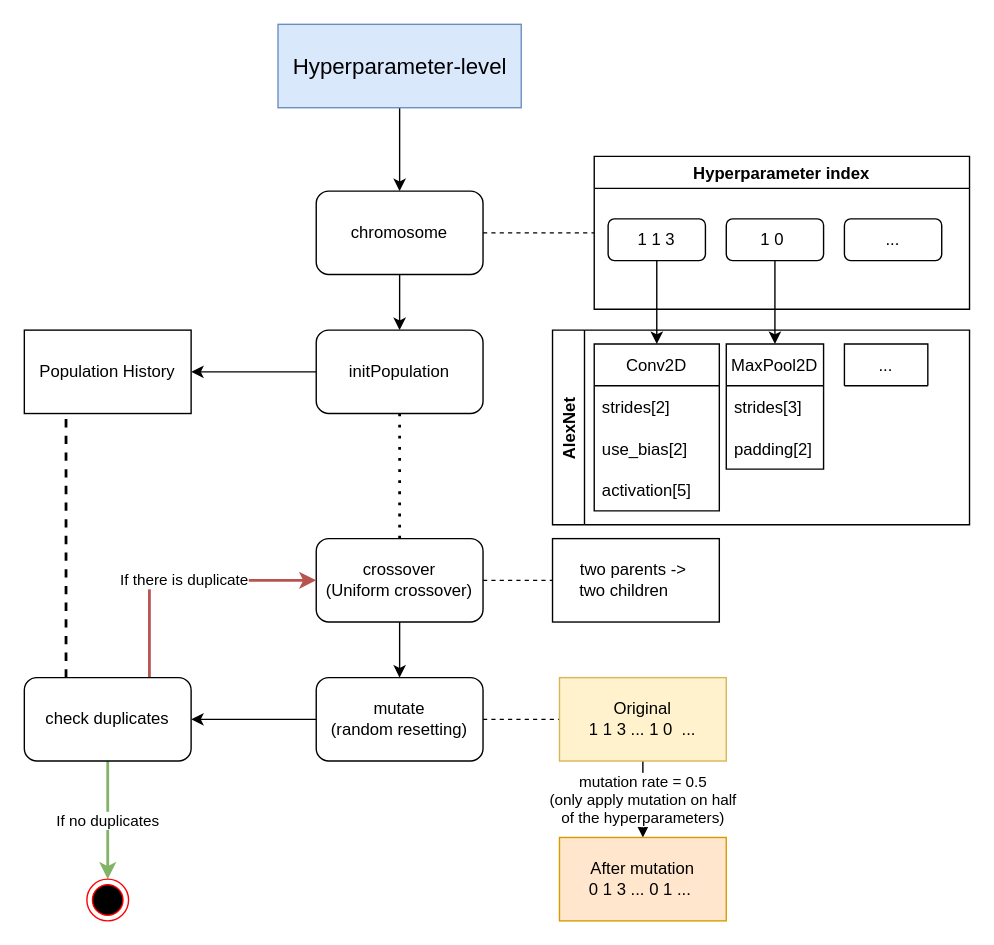
Above: GA/dev/GA_hyperparameter_mut.drawio in kelvinlyy/DCDT (draw.io), before the change. Source tidied: cells renumbered, new cells numbered last; positions are measured from the earlier drawing's top-left corner, leaving out a move shared by most shapes. Both pictures are drawn from the tidied source at 139%, with x=0, y=0 at pixel (24, 24).
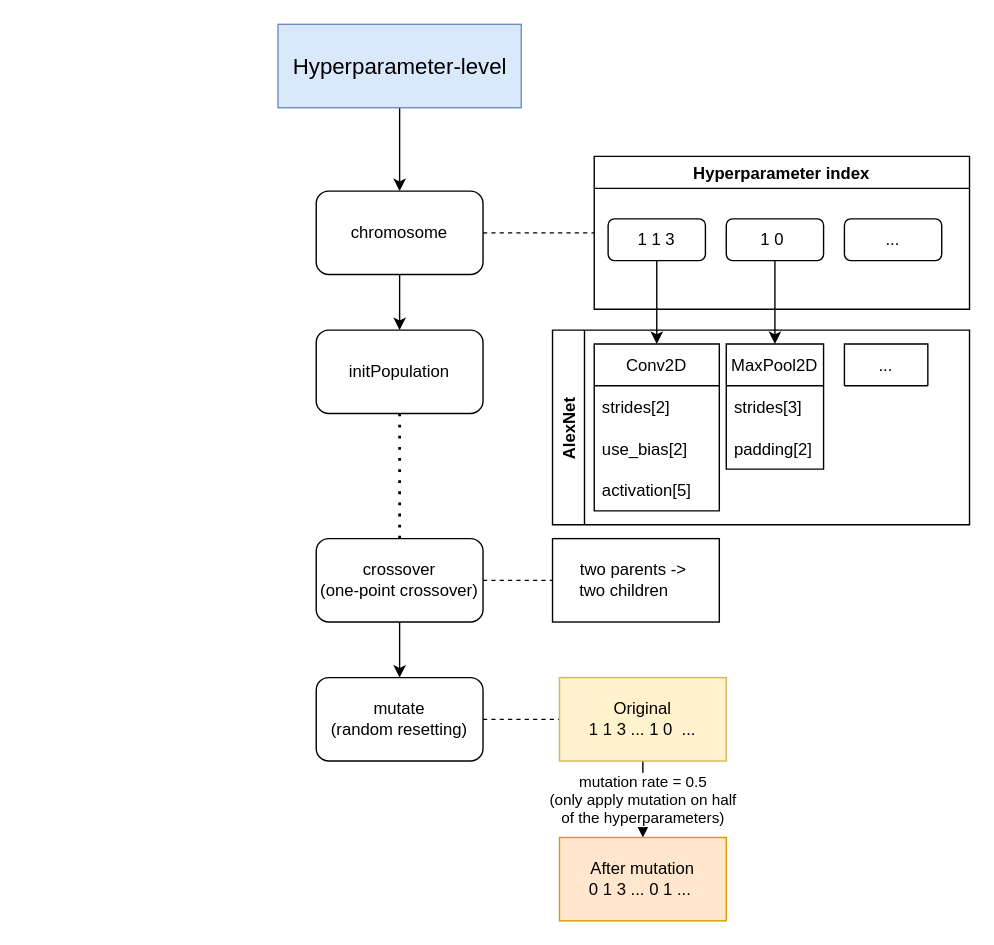
After the change.

The change refers to these unchanged cells:
```xml
<mxCell id="23" value="initPopulation" style="rounded=1;whiteSpace=wrap;html=1;" parent="1" vertex="1">
  <mxGeometry x="210" y="220" width="120" height="60" as="geometry" />
</mxCell>
<mxCell id="31" value="mutate&lt;br&gt;(random resetting)" style="rounded=1;whiteSpace=wrap;html=1;" parent="1" vertex="1">
  <mxGeometry x="210" y="470" width="120" height="60" as="geometry" />
</mxCell>
```

The edit, as a diff of the source:
```diff
@@
-    <mxCell id="22" style="edgeStyle=orthogonalEdgeStyle;rounded=0;jettySize=auto;html=1;" parent="1" edge="1" source="23" target="24">
-      <mxGeometry relative="1" as="geometry" />
-    </mxCell>
@@
-    <mxCell id="24" value="Population History" style="rounded=0;whiteSpace=wrap;html=1;" parent="1" vertex="1">
-      <mxGeometry y="220" width="120" height="60" as="geometry" />
-    </mxCell>
@@
-    <mxCell id="28" value="crossover&lt;br&gt;(Uniform crossover)" style="rounded=1;whiteSpace=wrap;html=1;" parent="1" vertex="1">
+    <mxCell id="28" value="crossover&lt;br&gt;(one-point crossover)" style="rounded=1;whiteSpace=wrap;html=1;" parent="1" vertex="1">
       <mxGeometry x="210" y="370" width="120" height="60" as="geometry" />
     </mxCell>
-    <mxCell id="29" style="edgeStyle=orthogonalEdgeStyle;rounded=0;jettySize=auto;html=1;entryX=1;entryY=0.5;entryDx=0;entryDy=0;" parent="1" edge="1" source="31" target="34">
-      <mxGeometry relative="1" as="geometry" />
-    </mxCell>
@@
-    <mxCell id="32" value="If no duplicates" style="edgeStyle=orthogonalEdgeStyle;rounded=0;jettySize=auto;html=1;fillColor=#d5e8d4;strokeColor=#82b366;strokeWidth=2;" parent="1" edge="1" source="34" target="35">
-      <mxGeometry relative="1" as="geometry" />
-    </mxCell>
-    <mxCell id="33" value="If there is duplicate" style="edgeStyle=orthogonalEdgeStyle;rounded=0;jettySize=auto;html=1;exitX=0.75;exitY=0;exitDx=0;exitDy=0;entryX=0;entryY=0.5;entryDx=0;entryDy=0;fillColor=#f8cecc;strokeColor=#b85450;strokeWidth=2;" parent="1" edge="1" source="34" target="28">
-      <mxGeometry relative="1" as="geometry" />
-    </mxCell>
-    <mxCell id="34" value="check duplicates" style="rounded=1;whiteSpace=wrap;html=1;" parent="1" vertex="1">
-      <mxGeometry y="470" width="120" height="60" as="geometry" />
-    </mxCell>
-    <mxCell id="35" style="ellipse;html=1;shape=endState;fillColor=#000000;strokeColor=#ff0000;" parent="1" vertex="1">
-      <mxGeometry x="45" y="615" width="30" height="30" as="geometry" />
-    </mxCell>
-    <mxCell id="36" style="endArrow=none;dashed=1;html=1;rounded=0;fontSize=16;strokeWidth=2;exitX=0.25;exitY=0;exitDx=0;exitDy=0;entryX=0.25;entryY=1;entryDx=0;entryDy=0;" parent="1" edge="1" source="34" target="24">
-      <mxGeometry relative="1" as="geometry" />
-    </mxCell>
```
